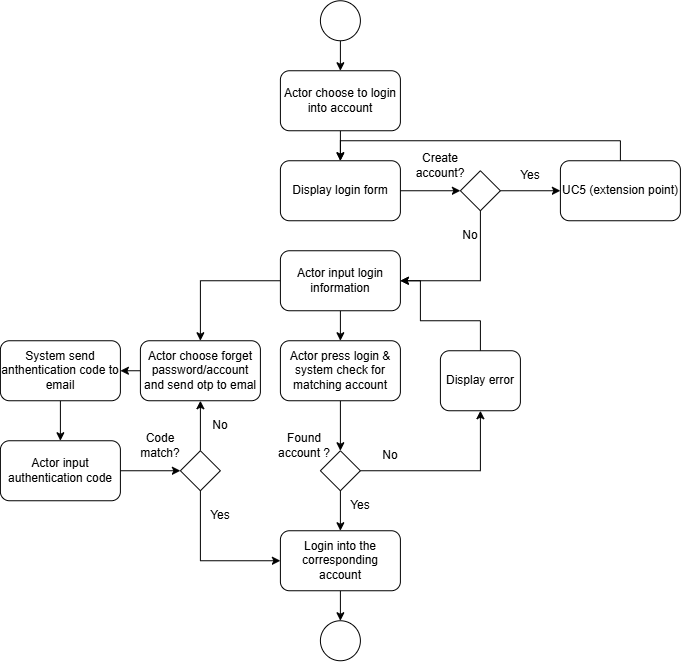
This is PRD/User story/Diagrams/UC6_activity.png from Noir-Goose/Nhom5_CNPM, a draw.io export, as it was before one commit. Source tidied: cells renumbered, new cells last; positions are measured from the earlier drawing's top-left corner, leaving out a move shared by most shapes.
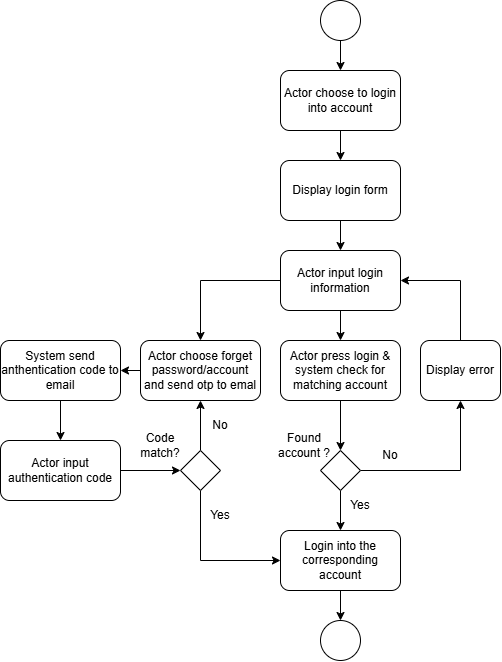
Later version of the same file.

Change to the diagram source:
```diff
@@ -14,33 +14,12 @@
     <mxCell id="5" value="Actor choose to login into account" style="rounded=1;whiteSpace=wrap;html=1;roundedPerimeter=1;" parent="1" vertex="1">
       <mxGeometry x="280" y="70" width="120" height="60" as="geometry" />
     </mxCell>
-    <mxCell id="6" style="edgeStyle=orthogonalEdgeStyle;rounded=0;jettySize=auto;html=1;exitX=1;exitY=0.5;exitDx=0;exitDy=0;entryX=0;entryY=0.5;entryDx=0;entryDy=0;" parent="1" edge="1" source="7" target="10">
-      <mxGeometry relative="1" as="geometry" />
-    </mxCell>
+    <mxCell id="44" style="edgeStyle=orthogonalEdgeStyle;rounded=0;jettySize=auto;html=1;exitX=0.5;exitY=1;exitDx=0;exitDy=0;entryX=0.5;entryY=0;entryDx=0;entryDy=0;" parent="1" edge="1" source="7" target="17">
+      <mxGeometry relative="1" as="geometry" />
+    </mxCell>
     <mxCell id="7" value="Display login form" style="rounded=1;whiteSpace=wrap;html=1;roundedPerimeter=1;" parent="1" vertex="1">
       <mxGeometry x="280" y="160" width="120" height="60" as="geometry" />
     </mxCell>
-    <mxCell id="8" style="edgeStyle=orthogonalEdgeStyle;rounded=0;jettySize=auto;html=1;exitX=1;exitY=0.5;exitDx=0;exitDy=0;entryX=0;entryY=0.5;entryDx=0;entryDy=0;" parent="1" edge="1" source="10" target="13">
-      <mxGeometry relative="1" as="geometry" />
-    </mxCell>
-    <mxCell id="9" style="edgeStyle=orthogonalEdgeStyle;rounded=0;jettySize=auto;html=1;exitX=0.5;exitY=1;exitDx=0;exitDy=0;entryX=1;entryY=0.5;entryDx=0;entryDy=0;" parent="1" edge="1" source="10" target="17">
-      <mxGeometry relative="1" as="geometry" />
-    </mxCell>
-    <mxCell id="10" style="rhombus;whiteSpace=wrap;html=1;shapeInside=1;" parent="1" vertex="1">
-      <mxGeometry x="460" y="170" width="40" height="40" as="geometry" />
-    </mxCell>
-    <mxCell id="11" value="Create account?" style="text;html=1;whiteSpace=wrap;strokeColor=none;fillColor=none;align=center;verticalAlign=middle;rounded=0;" parent="1" vertex="1">
-      <mxGeometry x="410" y="150" width="60" height="30" as="geometry" />
-    </mxCell>
-    <mxCell id="12" style="edgeStyle=orthogonalEdgeStyle;rounded=0;jettySize=auto;html=1;exitX=0.5;exitY=0;exitDx=0;exitDy=0;entryX=0.5;entryY=0;entryDx=0;entryDy=0;" parent="1" edge="1" source="13" target="7">
-      <mxGeometry relative="1" as="geometry" />
-    </mxCell>
-    <mxCell id="13" value="UC5 (extension point)" style="rounded=1;whiteSpace=wrap;html=1;roundedPerimeter=1;" parent="1" vertex="1">
-      <mxGeometry x="560" y="160" width="120" height="60" as="geometry" />
-    </mxCell>
-    <mxCell id="14" value="Yes" style="text;html=1;whiteSpace=wrap;strokeColor=none;fillColor=none;align=center;verticalAlign=middle;rounded=0;" parent="1" vertex="1">
-      <mxGeometry x="500" y="160" width="60" height="30" as="geometry" />
-    </mxCell>
     <mxCell id="15" style="edgeStyle=orthogonalEdgeStyle;rounded=0;jettySize=auto;html=1;exitX=0.5;exitY=1;exitDx=0;exitDy=0;entryX=0.5;entryY=0;entryDx=0;entryDy=0;" parent="1" edge="1" source="17" target="20">
       <mxGeometry relative="1" as="geometry" />
     </mxCell>
@@ -50,9 +29,6 @@
     <mxCell id="17" value="Actor input login information" style="rounded=1;whiteSpace=wrap;html=1;roundedPerimeter=1;" parent="1" vertex="1">
       <mxGeometry x="280" y="250" width="120" height="60" as="geometry" />
     </mxCell>
-    <mxCell id="18" value="No" style="text;html=1;whiteSpace=wrap;strokeColor=none;fillColor=none;align=center;verticalAlign=middle;rounded=0;" parent="1" vertex="1">
-      <mxGeometry x="440" y="220" width="60" height="30" as="geometry" />
-    </mxCell>
     <mxCell id="19" style="edgeStyle=orthogonalEdgeStyle;rounded=0;jettySize=auto;html=1;exitX=0.5;exitY=1;exitDx=0;exitDy=0;entryX=0.5;entryY=0;entryDx=0;entryDy=0;" parent="1" edge="1" source="20" target="29">
       <mxGeometry relative="1" as="geometry" />
     </mxCell>
@@ -93,16 +69,10 @@
       <mxGeometry x="330" y="490" width="60" height="30" as="geometry" />
     </mxCell>
     <mxCell id="32" style="edgeStyle=orthogonalEdgeStyle;rounded=0;jettySize=auto;html=1;exitX=0.5;exitY=0;exitDx=0;exitDy=0;entryX=1;entryY=0.5;entryDx=0;entryDy=0;" parent="1" edge="1" source="33" target="17">
-      <mxGeometry x="0.07" relative="1" as="geometry">
-        <Array as="points">
-          <mxPoint x="480" y="320" />
-          <mxPoint x="420" y="320" />
-          <mxPoint x="420" y="280" />
-        </Array>
-      </mxGeometry>
+      <mxGeometry x="0.07" relative="1" as="geometry" />
     </mxCell>
     <mxCell id="33" value="Display error" style="rounded=1;whiteSpace=wrap;html=1;roundedPerimeter=1;" parent="1" vertex="1">
-      <mxGeometry x="440" y="350" width="80" height="60" as="geometry" />
+      <mxGeometry x="420" y="340" width="80" height="60" as="geometry" />
     </mxCell>
     <mxCell id="34" value="No" style="text;html=1;whiteSpace=wrap;strokeColor=none;fillColor=none;align=center;verticalAlign=middle;rounded=0;" parent="1" vertex="1">
       <mxGeometry x="360" y="440" width="60" height="30" as="geometry" />
```
